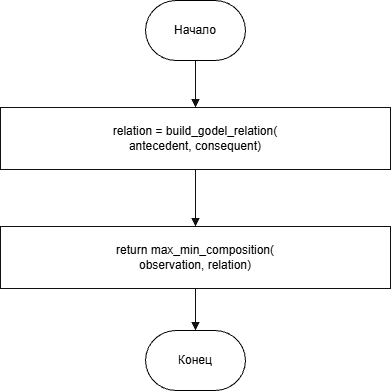
Qudef1/lois keeps this draw.io diagram as figures/apply_fuzy_rule.drawio.png. Above is the earlier version. Source tidied: cells renumbered, new cells last; positions are measured from the earlier drawing's top-left corner, leaving out a move shared by most shapes.
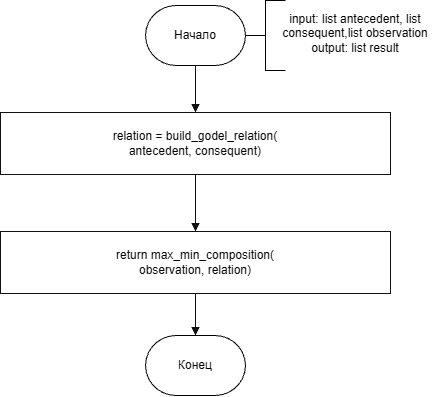
After the commit.

What changed in the source:
```diff
@@ -27,5 +27,11 @@
     <mxCell id="8" value="Конец" style="strokeWidth=1;html=1;shape=mxgraph.flowchart.terminator;whiteSpace=wrap;" parent="1" vertex="1">
       <mxGeometry x="145" y="330" width="100" height="60" as="geometry" />
     </mxCell>
+    <mxCell id="9" style="strokeWidth=1;html=1;shape=mxgraph.flowchart.annotation_2;align=left;labelPosition=right;labelPerimeter=1;" parent="1" vertex="1">
+      <mxGeometry x="245" y="-5" width="40" height="70" as="geometry" />
+    </mxCell>
+    <mxCell id="10" value="&lt;div&gt;input: list antecedent, list consequent,&lt;span style=&quot;background-color: transparent; color: light-dark(#000000, var(--ge-light-color, #ffffff));&quot;&gt;list observation&lt;/span&gt;&lt;/div&gt;&lt;div&gt;output: list result&lt;/div&gt;" style="text;html=1;whiteSpace=wrap;strokeColor=none;fillColor=none;align=center;verticalAlign=middle;rounded=0;" parent="1" vertex="1">
+      <mxGeometry x="265" y="5" width="180" height="45" as="geometry" />
+    </mxCell>
   </root>
 </mxGraphModel>
```
